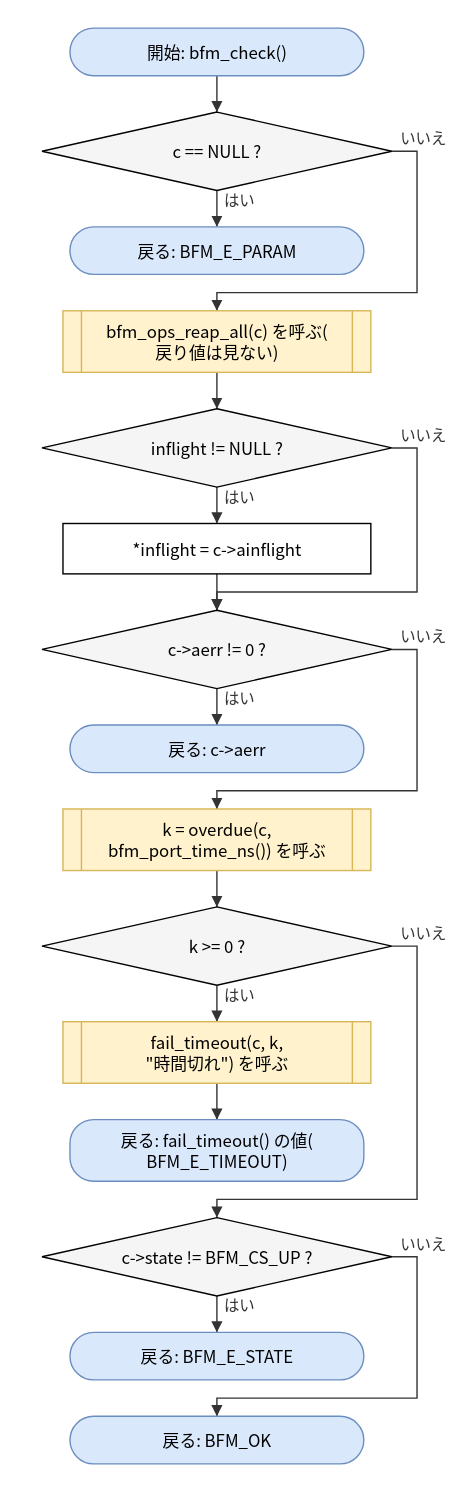
Earlier version of the draw.io export doc/spec/images/flow_src_bfm_async-bfm_check.drawio.svg (hf355051012-ai/bfmem). Source tidied: cells renumbered, new cells last; positions are measured from the earlier drawing's top-left corner, leaving out a move shared by most shapes.
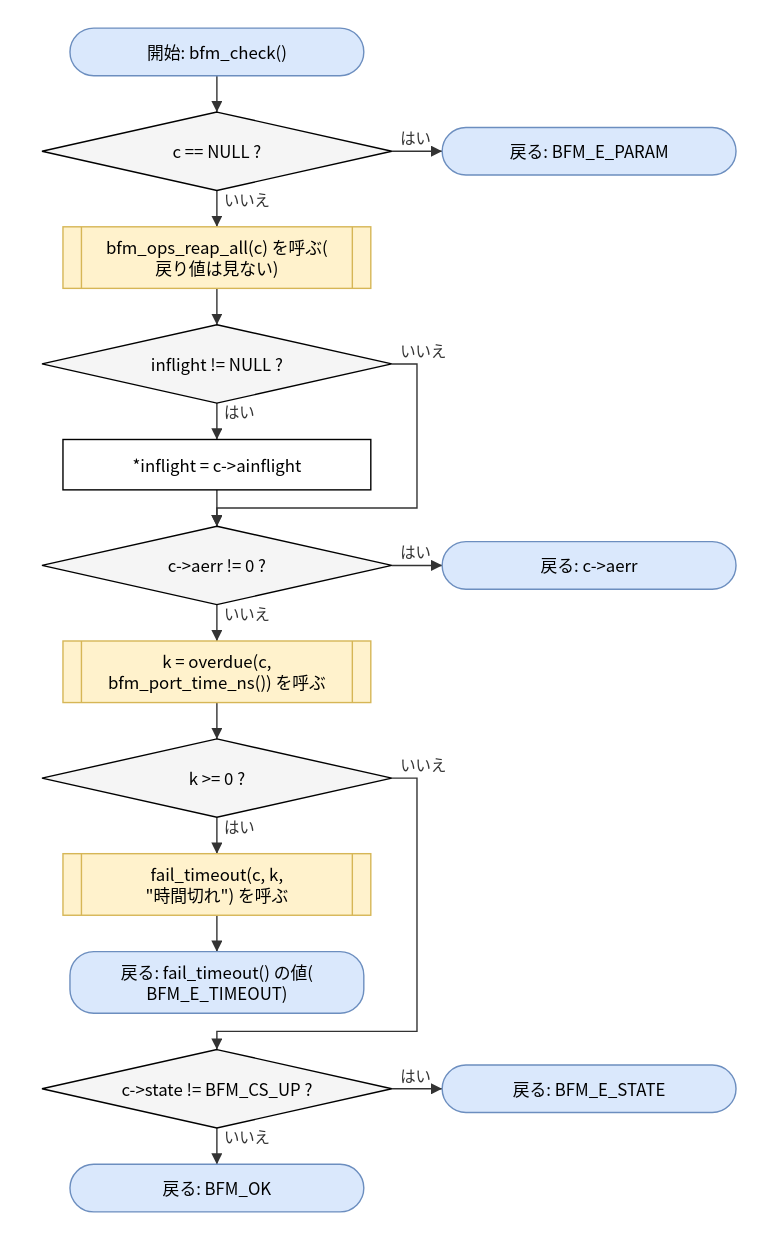
The same file after the commit.

What changed in the source:
```diff
@@ -9,58 +9,52 @@
       <mxGeometry y="60" width="250" height="56" as="geometry" />
     </mxCell>
     <mxCell id="4" value="戻る: BFM_E_PARAM" style="rounded=1;arcSize=50;whiteSpace=wrap;html=1;fillColor=#dae8fc;strokeColor=#6c8ebf;" parent="1" vertex="1">
-      <mxGeometry x="20" y="142" width="210" height="34" as="geometry" />
+      <mxGeometry x="286" y="71" width="210" height="34" as="geometry" />
     </mxCell>
     <mxCell id="5" value="bfm_ops_reap_all(c) を呼ぶ(&lt;br&gt;戻り値は見ない)" style="shape=process;whiteSpace=wrap;html=1;backgroundOutline=1;size=0.06;fillColor=#fff2cc;strokeColor=#d6b656;" parent="1" vertex="1">
-      <mxGeometry x="15" y="202" width="220" height="44" as="geometry" />
+      <mxGeometry x="15" y="142" width="220" height="44" as="geometry" />
     </mxCell>
     <mxCell id="6" value="inflight != NULL ?" style="rhombus;whiteSpace=wrap;html=1;fillColor=#f5f5f5;" parent="1" vertex="1">
-      <mxGeometry y="272" width="250" height="56" as="geometry" />
+      <mxGeometry y="212" width="250" height="56" as="geometry" />
     </mxCell>
     <mxCell id="7" value="*inflight = c-&amp;gt;ainflight" style="rounded=0;whiteSpace=wrap;html=1;" parent="1" vertex="1">
-      <mxGeometry x="15" y="354" width="220" height="36" as="geometry" />
+      <mxGeometry x="15" y="294" width="220" height="36" as="geometry" />
     </mxCell>
     <mxCell id="8" value="c-&amp;gt;aerr != 0 ?" style="rhombus;whiteSpace=wrap;html=1;fillColor=#f5f5f5;" parent="1" vertex="1">
-      <mxGeometry y="416" width="250" height="56" as="geometry" />
+      <mxGeometry y="356" width="250" height="56" as="geometry" />
     </mxCell>
     <mxCell id="9" value="戻る: c-&amp;gt;aerr" style="rounded=1;arcSize=50;whiteSpace=wrap;html=1;fillColor=#dae8fc;strokeColor=#6c8ebf;" parent="1" vertex="1">
-      <mxGeometry x="20" y="498" width="210" height="34" as="geometry" />
+      <mxGeometry x="286" y="367" width="210" height="34" as="geometry" />
     </mxCell>
     <mxCell id="10" value="k = overdue(c,&lt;br&gt;bfm_port_time_ns()) を呼ぶ" style="shape=process;whiteSpace=wrap;html=1;backgroundOutline=1;size=0.06;fillColor=#fff2cc;strokeColor=#d6b656;" parent="1" vertex="1">
-      <mxGeometry x="15" y="558" width="220" height="44" as="geometry" />
+      <mxGeometry x="15" y="438" width="220" height="44" as="geometry" />
     </mxCell>
     <mxCell id="11" value="k &amp;gt;= 0 ?" style="rhombus;whiteSpace=wrap;html=1;fillColor=#f5f5f5;" parent="1" vertex="1">
-      <mxGeometry y="628" width="250" height="56" as="geometry" />
+      <mxGeometry y="508" width="250" height="56" as="geometry" />
     </mxCell>
     <mxCell id="12" value="fail_timeout(c, k,&lt;br&gt;&amp;quot;時間切れ&amp;quot;) を呼ぶ" style="shape=process;whiteSpace=wrap;html=1;backgroundOutline=1;size=0.06;fillColor=#fff2cc;strokeColor=#d6b656;" parent="1" vertex="1">
-      <mxGeometry x="15" y="710" width="220" height="44" as="geometry" />
+      <mxGeometry x="15" y="590" width="220" height="44" as="geometry" />
     </mxCell>
     <mxCell id="13" value="戻る: fail_timeout() の値(&lt;br&gt;BFM_E_TIMEOUT)" style="rounded=1;arcSize=50;whiteSpace=wrap;html=1;fillColor=#dae8fc;strokeColor=#6c8ebf;" parent="1" vertex="1">
-      <mxGeometry x="20" y="780" width="210" height="44" as="geometry" />
+      <mxGeometry x="20" y="660" width="210" height="44" as="geometry" />
     </mxCell>
     <mxCell id="14" value="c-&amp;gt;state != BFM_CS_UP ?" style="rhombus;whiteSpace=wrap;html=1;fillColor=#f5f5f5;" parent="1" vertex="1">
-      <mxGeometry y="850" width="250" height="56" as="geometry" />
+      <mxGeometry y="730" width="250" height="56" as="geometry" />
     </mxCell>
     <mxCell id="15" value="戻る: BFM_E_STATE" style="rounded=1;arcSize=50;whiteSpace=wrap;html=1;fillColor=#dae8fc;strokeColor=#6c8ebf;" parent="1" vertex="1">
-      <mxGeometry x="20" y="932" width="210" height="34" as="geometry" />
+      <mxGeometry x="286" y="741" width="210" height="34" as="geometry" />
     </mxCell>
     <mxCell id="16" value="戻る: BFM_OK" style="rounded=1;arcSize=50;whiteSpace=wrap;html=1;fillColor=#dae8fc;strokeColor=#6c8ebf;" parent="1" vertex="1">
-      <mxGeometry x="20" y="992" width="210" height="34" as="geometry" />
+      <mxGeometry x="20" y="812" width="210" height="34" as="geometry" />
     </mxCell>
     <mxCell id="17" style="edgeStyle=none;html=1;rounded=0;endArrow=block;endFill=1;exitX=0.5000;exitY=1.0000;exitDx=0;exitDy=0;exitPerimeter=0;entryX=0.5000;entryY=0.0000;entryDx=0;entryDy=0;entryPerimeter=0;" parent="1" edge="1" source="2" target="3">
       <mxGeometry relative="1" as="geometry" />
     </mxCell>
-    <mxCell id="18" value="はい" style="edgeStyle=none;html=1;rounded=0;endArrow=block;endFill=1;exitX=0.5000;exitY=1.0000;exitDx=0;exitDy=0;exitPerimeter=0;entryX=0.5000;entryY=0.0000;entryDx=0;entryDy=0;entryPerimeter=0;" parent="1" edge="1" source="3" target="4">
+    <mxCell id="18" value="はい" style="edgeStyle=none;html=1;rounded=0;endArrow=block;endFill=1;exitX=1.0000;exitY=0.5000;exitDx=0;exitDy=0;exitPerimeter=0;entryX=0.0000;entryY=0.5000;entryDx=0;entryDy=0;entryPerimeter=0;" parent="1" edge="1" source="3" target="4">
       <mxGeometry relative="1" as="geometry" />
     </mxCell>
-    <mxCell id="19" value="いいえ" style="edgeStyle=none;html=1;rounded=0;endArrow=block;endFill=1;exitX=1.0000;exitY=0.5000;exitDx=0;exitDy=0;exitPerimeter=0;entryX=0.5000;entryY=0.0000;entryDx=0;entryDy=0;entryPerimeter=0;" parent="1" edge="1" source="3" target="5">
-      <mxGeometry relative="1" as="geometry">
-        <Array as="points">
-          <mxPoint x="268" y="88" />
-          <mxPoint x="268" y="189" />
-          <mxPoint x="125" y="189" />
-        </Array>
-      </mxGeometry>
+    <mxCell id="19" value="いいえ" style="edgeStyle=none;html=1;rounded=0;endArrow=block;endFill=1;exitX=0.5000;exitY=1.0000;exitDx=0;exitDy=0;exitPerimeter=0;entryX=0.5000;entryY=0.0000;entryDx=0;entryDy=0;entryPerimeter=0;" parent="1" edge="1" source="3" target="5">
+      <mxGeometry relative="1" as="geometry" />
     </mxCell>
     <mxCell id="20" style="edgeStyle=none;html=1;rounded=0;endArrow=block;endFill=1;exitX=0.5000;exitY=1.0000;exitDx=0;exitDy=0;exitPerimeter=0;entryX=0.5000;entryY=0.0000;entryDx=0;entryDy=0;entryPerimeter=0;" parent="1" edge="1" source="5" target="6">
       <mxGeometry relative="1" as="geometry" />
@@ -74,23 +68,17 @@
     <mxCell id="23" value="いいえ" style="edgeStyle=none;html=1;rounded=0;endArrow=block;endFill=1;exitX=1.0000;exitY=0.5000;exitDx=0;exitDy=0;exitPerimeter=0;entryX=0.5000;entryY=0.0000;entryDx=0;entryDy=0;entryPerimeter=0;" parent="1" edge="1" source="6" target="8">
       <mxGeometry relative="1" as="geometry">
         <Array as="points">
-          <mxPoint x="268" y="300" />
-          <mxPoint x="268" y="403" />
-          <mxPoint x="125" y="403" />
+          <mxPoint x="268" y="240" />
+          <mxPoint x="268" y="343" />
+          <mxPoint x="125" y="343" />
         </Array>
       </mxGeometry>
     </mxCell>
-    <mxCell id="24" value="はい" style="edgeStyle=none;html=1;rounded=0;endArrow=block;endFill=1;exitX=0.5000;exitY=1.0000;exitDx=0;exitDy=0;exitPerimeter=0;entryX=0.5000;entryY=0.0000;entryDx=0;entryDy=0;entryPerimeter=0;" parent="1" edge="1" source="8" target="9">
+    <mxCell id="24" value="はい" style="edgeStyle=none;html=1;rounded=0;endArrow=block;endFill=1;exitX=1.0000;exitY=0.5000;exitDx=0;exitDy=0;exitPerimeter=0;entryX=0.0000;entryY=0.5000;entryDx=0;entryDy=0;entryPerimeter=0;" parent="1" edge="1" source="8" target="9">
       <mxGeometry relative="1" as="geometry" />
     </mxCell>
-    <mxCell id="25" value="いいえ" style="edgeStyle=none;html=1;rounded=0;endArrow=block;endFill=1;exitX=1.0000;exitY=0.5000;exitDx=0;exitDy=0;exitPerimeter=0;entryX=0.5000;entryY=0.0000;entryDx=0;entryDy=0;entryPerimeter=0;" parent="1" edge="1" source="8" target="10">
-      <mxGeometry relative="1" as="geometry">
-        <Array as="points">
-          <mxPoint x="268" y="444" />
-          <mxPoint x="268" y="545" />
-          <mxPoint x="125" y="545" />
-        </Array>
-      </mxGeometry>
+    <mxCell id="25" value="いいえ" style="edgeStyle=none;html=1;rounded=0;endArrow=block;endFill=1;exitX=0.5000;exitY=1.0000;exitDx=0;exitDy=0;exitPerimeter=0;entryX=0.5000;entryY=0.0000;entryDx=0;entryDy=0;entryPerimeter=0;" parent="1" edge="1" source="8" target="10">
+      <mxGeometry relative="1" as="geometry" />
     </mxCell>
     <mxCell id="26" style="edgeStyle=none;html=1;rounded=0;endArrow=block;endFill=1;exitX=0.5000;exitY=1.0000;exitDx=0;exitDy=0;exitPerimeter=0;entryX=0.5000;entryY=0.0000;entryDx=0;entryDy=0;entryPerimeter=0;" parent="1" edge="1" source="10" target="11">
       <mxGeometry relative="1" as="geometry" />
@@ -104,23 +92,17 @@
     <mxCell id="29" value="いいえ" style="edgeStyle=none;html=1;rounded=0;endArrow=block;endFill=1;exitX=1.0000;exitY=0.5000;exitDx=0;exitDy=0;exitPerimeter=0;entryX=0.5000;entryY=0.0000;entryDx=0;entryDy=0;entryPerimeter=0;" parent="1" edge="1" source="11" target="14">
       <mxGeometry relative="1" as="geometry">
         <Array as="points">
-          <mxPoint x="268" y="656" />
-          <mxPoint x="268" y="837" />
-          <mxPoint x="125" y="837" />
+          <mxPoint x="268" y="536" />
+          <mxPoint x="268" y="717" />
+          <mxPoint x="125" y="717" />
         </Array>
       </mxGeometry>
     </mxCell>
-    <mxCell id="30" value="はい" style="edgeStyle=none;html=1;rounded=0;endArrow=block;endFill=1;exitX=0.5000;exitY=1.0000;exitDx=0;exitDy=0;exitPerimeter=0;entryX=0.5000;entryY=0.0000;entryDx=0;entryDy=0;entryPerimeter=0;" parent="1" edge="1" source="14" target="15">
+    <mxCell id="30" value="はい" style="edgeStyle=none;html=1;rounded=0;endArrow=block;endFill=1;exitX=1.0000;exitY=0.5000;exitDx=0;exitDy=0;exitPerimeter=0;entryX=0.0000;entryY=0.5000;entryDx=0;entryDy=0;entryPerimeter=0;" parent="1" edge="1" source="14" target="15">
       <mxGeometry relative="1" as="geometry" />
     </mxCell>
-    <mxCell id="31" value="いいえ" style="edgeStyle=none;html=1;rounded=0;endArrow=block;endFill=1;exitX=1.0000;exitY=0.5000;exitDx=0;exitDy=0;exitPerimeter=0;entryX=0.5000;entryY=0.0000;entryDx=0;entryDy=0;entryPerimeter=0;" parent="1" edge="1" source="14" target="16">
-      <mxGeometry relative="1" as="geometry">
-        <Array as="points">
-          <mxPoint x="268" y="878" />
-          <mxPoint x="268" y="979" />
-          <mxPoint x="125" y="979" />
-        </Array>
-      </mxGeometry>
+    <mxCell id="31" value="いいえ" style="edgeStyle=none;html=1;rounded=0;endArrow=block;endFill=1;exitX=0.5000;exitY=1.0000;exitDx=0;exitDy=0;exitPerimeter=0;entryX=0.5000;entryY=0.0000;entryDx=0;entryDy=0;entryPerimeter=0;" parent="1" edge="1" source="14" target="16">
+      <mxGeometry relative="1" as="geometry" />
     </mxCell>
   </root>
 </mxGraphModel>
```
